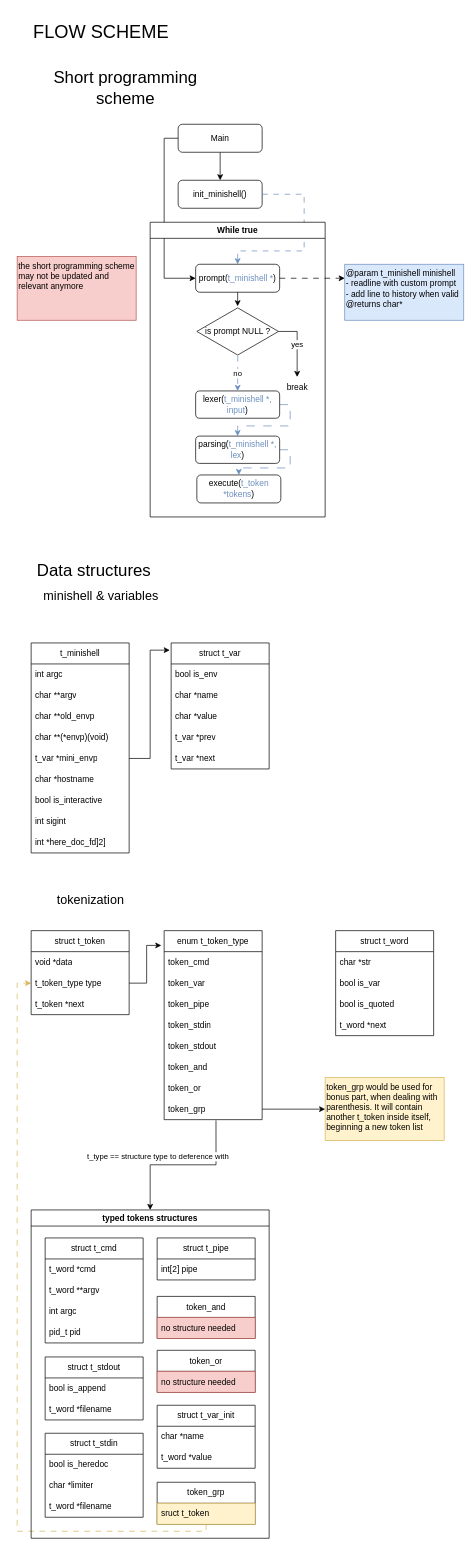
Above: docs/flow_scheme.drawio in RPDJF/42-minishell (draw.io), before the change. Source tidied: cells renumbered, new cells numbered last; positions are measured from the earlier drawing's top-left corner, leaving out a move shared by most shapes. Both pictures are drawn from the tidied source at 70%, with x=0, y=0 at pixel (13, 12).
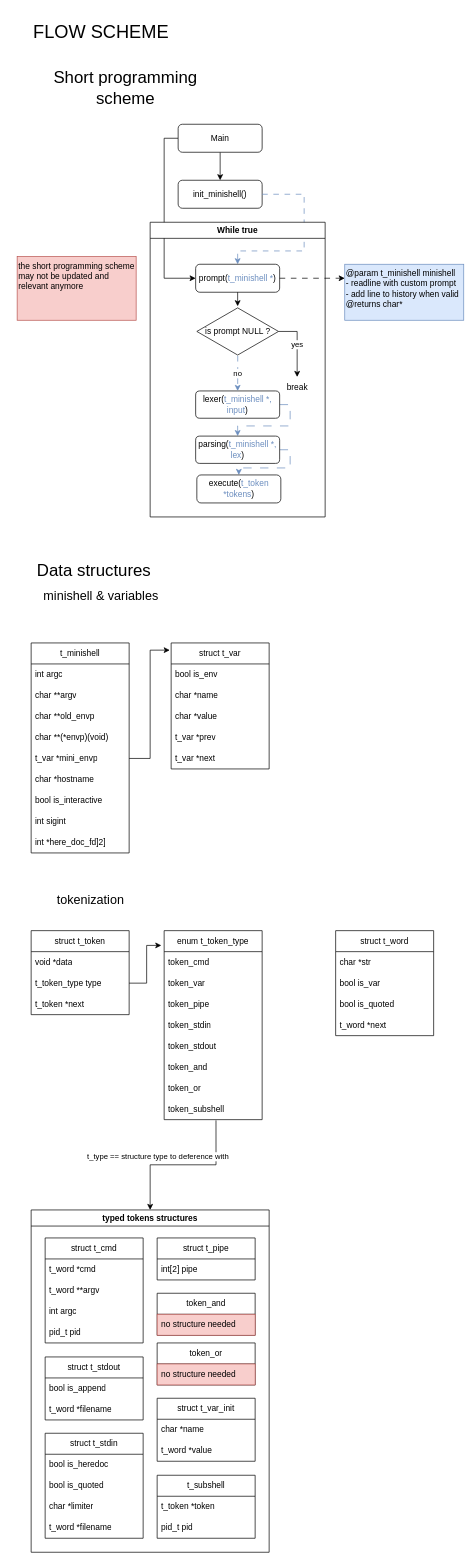
Above is the later version.

The change refers to these unchanged cells:
```xml
<mxCell id="22" value="struct t_token" style="swimlane;fontStyle=0;horizontal=1;startSize=30;whiteSpace=wrap;html=1;" parent="1" vertex="1">
  <mxGeometry x="25" y="1312" width="140" height="120" as="geometry" />
</mxCell>
<mxCell id="27" value="enum t_token_type" style="swimlane;fontStyle=0;horizontal=1;startSize=30;whiteSpace=wrap;html=1;" parent="1" vertex="1">
  <mxGeometry x="215" y="1312" width="140" height="270" as="geometry" />
</mxCell>
```

Diff of the diagram source:
```diff
@@
-    <mxCell id="2" style="edgeStyle=orthogonalEdgeStyle;rounded=0;jettySize=auto;html=1;fillColor=#fff2cc;strokeColor=#d6b656;dashed=1;dashPattern=8 8;" parent="1" edge="1" source="55" target="22">
-      <mxGeometry relative="1" as="geometry">
-        <Array as="points">
-          <mxPoint x="275" y="2170" />
-          <mxPoint x="5" y="2170" />
-          <mxPoint x="5" y="1387" />
-        </Array>
-      </mxGeometry>
-    </mxCell>
@@
-    <mxCell id="35" value="token_grp" style="text;strokeColor=none;fillColor=none;align=left;verticalAlign=middle;spacingLeft=4;spacingRight=4;overflow=hidden;points=[[0,0.5],[1,0.5]];portConstraint=eastwest;whiteSpace=wrap;html=1;" parent="27" vertex="1">
+    <mxCell id="35" value="token_subshell" style="text;strokeColor=none;fillColor=none;align=left;verticalAlign=middle;spacingLeft=4;spacingRight=4;overflow=hidden;points=[[0,0.5],[1,0.5]];portConstraint=eastwest;whiteSpace=wrap;html=1;" parent="27" vertex="1">
       <mxGeometry y="240" width="140" height="30" as="geometry" />
     </mxCell>
@@
     <mxCell id="37" value="typed tokens structures" style="swimlane;whiteSpace=wrap;html=1;" parent="1" vertex="1">
-      <mxGeometry x="25" y="1711" width="340" height="469" as="geometry" />
+      <mxGeometry x="25" y="1711" width="340" height="489" as="geometry" />
     </mxCell>
@@
     <mxCell id="46" value="token_and" style="swimlane;fontStyle=0;horizontal=1;startSize=30;whiteSpace=wrap;html=1;" parent="37" vertex="1">
-      <mxGeometry x="180" y="123.5" width="140" height="60" as="geometry" />
+      <mxGeometry x="180" y="119" width="140" height="60" as="geometry" />
     </mxCell>
@@
     <mxCell id="48" value="token_or" style="swimlane;fontStyle=0;horizontal=1;startSize=30;whiteSpace=wrap;html=1;" parent="37" vertex="1">
-      <mxGeometry x="180" y="200.5" width="140" height="60" as="geometry" />
+      <mxGeometry x="180" y="190" width="140" height="60" as="geometry" />
     </mxCell>
@@
     <mxCell id="50" value="struct t_stdin" style="swimlane;fontStyle=0;horizontal=1;startSize=30;whiteSpace=wrap;html=1;" parent="37" vertex="1">
-      <mxGeometry x="20" y="319" width="140" height="120" as="geometry" />
+      <mxGeometry x="20" y="319" width="140" height="150" as="geometry" />
     </mxCell>
@@
+    <mxCell id="91" value="bool is_quoted" style="text;strokeColor=none;fillColor=none;align=left;verticalAlign=middle;spacingLeft=4;spacingRight=4;overflow=hidden;whiteSpace=wrap;html=1;" parent="50" vertex="1">
+      <mxGeometry y="60" width="140" height="30" as="geometry" />
+    </mxCell>
     <mxCell id="52" value="char *limiter" style="text;strokeColor=none;fillColor=none;align=left;verticalAlign=middle;spacingLeft=4;spacingRight=4;overflow=hidden;whiteSpace=wrap;html=1;" parent="50" vertex="1">
-      <mxGeometry y="60" width="140" height="30" as="geometry" />
+      <mxGeometry y="90" width="140" height="30" as="geometry" />
     </mxCell>
     <mxCell id="53" value="t_word *filename" style="text;strokeColor=none;fillColor=none;align=left;verticalAlign=middle;spacingLeft=4;spacingRight=4;overflow=hidden;whiteSpace=wrap;html=1;" parent="50" vertex="1">
-      <mxGeometry y="90" width="140" height="30" as="geometry" />
+      <mxGeometry y="120" width="140" height="30" as="geometry" />
     </mxCell>
-    <mxCell id="54" value="token_grp" style="swimlane;fontStyle=0;horizontal=1;startSize=30;whiteSpace=wrap;html=1;" parent="37" vertex="1">
-      <mxGeometry x="180" y="389" width="140" height="60" as="geometry" />
-    </mxCell>
-    <mxCell id="55" value="sruct t_token" style="text;strokeColor=#d6b656;fillColor=#fff2cc;align=left;verticalAlign=middle;spacingLeft=4;spacingRight=4;overflow=hidden;points=[[0,0.5],[1,0.5]];portConstraint=eastwest;whiteSpace=wrap;html=1;" parent="54" vertex="1">
-      <mxGeometry y="30" width="140" height="30" as="geometry" />
-    </mxCell>
@@
     <mxCell id="58" value="struct t_var_init" style="swimlane;fontStyle=0;horizontal=1;startSize=30;whiteSpace=wrap;html=1;" parent="37" vertex="1">
-      <mxGeometry x="180" y="279" width="140" height="90" as="geometry" />
+      <mxGeometry x="180" y="269" width="140" height="90" as="geometry" />
     </mxCell>
@@
+    <mxCell id="92" value="t_subshell" style="swimlane;fontStyle=0;horizontal=1;startSize=30;whiteSpace=wrap;html=1;" parent="37" vertex="1">
+      <mxGeometry x="180" y="379" width="140" height="90" as="geometry" />
+    </mxCell>
+    <mxCell id="93" value="t_token *token" style="text;align=left;verticalAlign=middle;spacingLeft=4;spacingRight=4;overflow=hidden;whiteSpace=wrap;html=1;" parent="92" vertex="1">
+      <mxGeometry y="30" width="140" height="30" as="geometry" />
+    </mxCell>
+    <mxCell id="94" value="pid_t pid" style="text;strokeColor=none;fillColor=none;align=left;verticalAlign=middle;spacingLeft=4;spacingRight=4;overflow=hidden;whiteSpace=wrap;html=1;" parent="92" vertex="1">
+      <mxGeometry y="60" width="140" height="30" as="geometry" />
+    </mxCell>
@@
-    <mxCell id="62" value="token_grp would be used for bonus part, when dealing with parenthesis. It will contain another t_token inside itself, beginning a new token list" style="rounded=0;whiteSpace=wrap;html=1;fillColor=#fff2cc;strokeColor=#d6b656;verticalAlign=top;align=left;" parent="1" vertex="1">
-      <mxGeometry x="445" y="1522" width="170" height="90" as="geometry" />
-    </mxCell>
@@
-    <mxCell id="64" style="edgeStyle=orthogonalEdgeStyle;rounded=0;jettySize=auto;html=1;entryX=0;entryY=0.5;entryDx=0;entryDy=0;" parent="1" edge="1" source="35" target="62">
-      <mxGeometry relative="1" as="geometry">
-        <Array as="points">
-          <mxPoint x="425" y="1567" />
-          <mxPoint x="425" y="1567" />
-        </Array>
-      </mxGeometry>
-    </mxCell>
```
